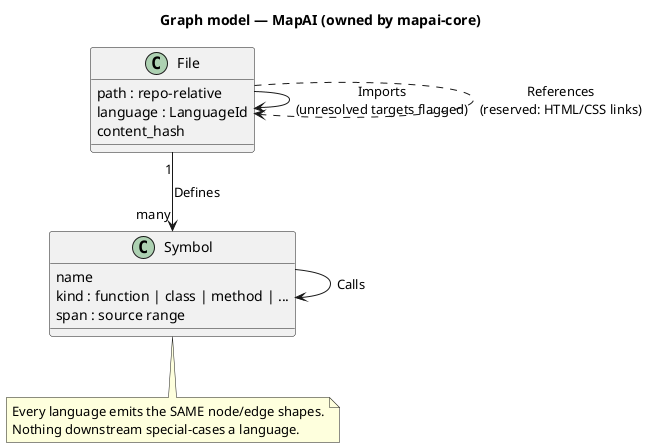
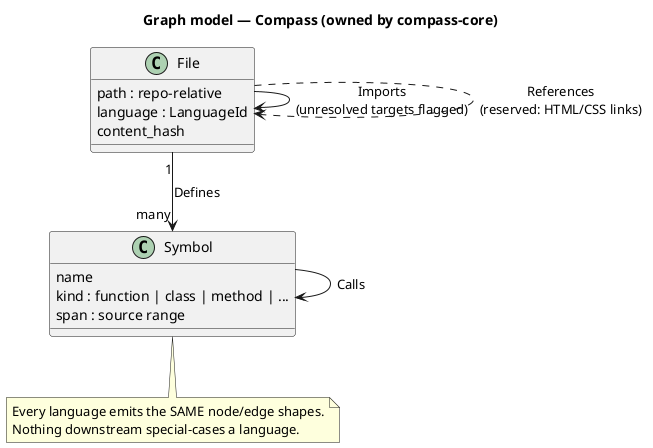
@startuml data-model
' Embedded in docs/architecture/02-architecture.md — §5 Data model
- title Graph model — MapAI (owned by mapai-core)
+ title Graph model — Compass (owned by compass-core)

class File {
  path : repo-relative
  language : LanguageId
  content_hash
}

class Symbol {
  name
  kind : function | class | method | ...
  span : source range
}

File "1" --> "many" Symbol : Defines
File --> File : Imports\n(unresolved targets flagged)
Symbol --> Symbol : Calls
File ..> File : References\n(reserved: HTML/CSS links)

note bottom
  Every language emits the SAME node/edge shapes.
  Nothing downstream special-cases a language.
end note

@enduml
